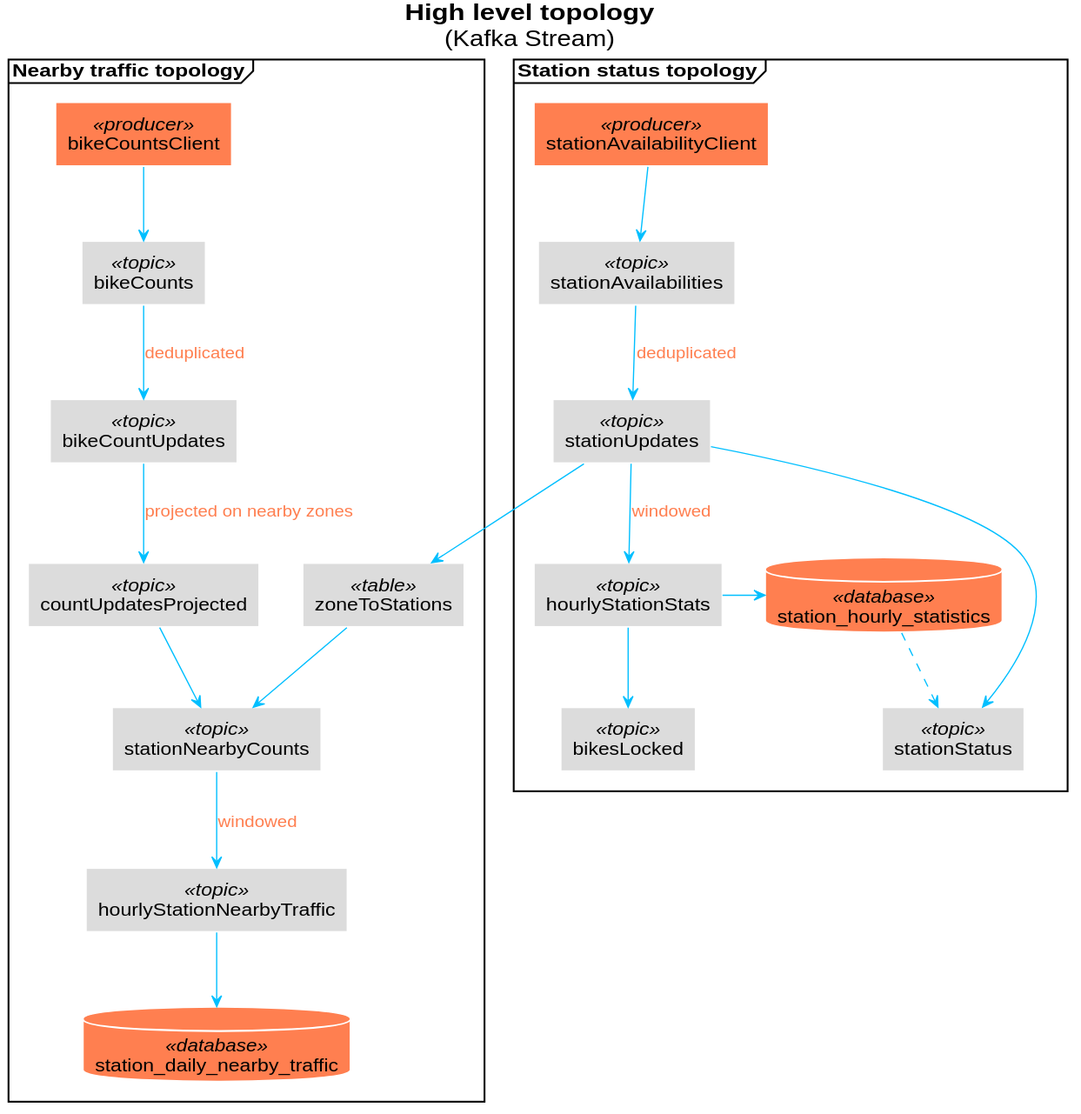
This is docs/plantuml/high_level_topology.svg from ouvreboite/velinfo_kafka_prototype, a PlantUML export, as it was before one commit.
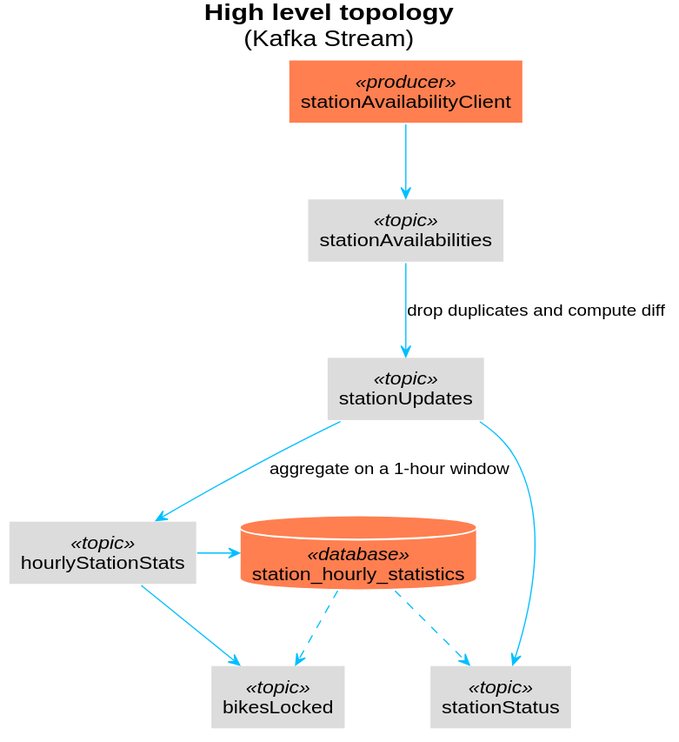
Above is the later version.

Diff of the diagram source:
```diff
@@ -4,45 +4,23 @@
 (Kafka Stream)
 end title
 
+rectangle stationAvailabilityClient <<producer>>
+rectangle stationAvailabilities <<topic>>
+rectangle stationUpdates <<topic>>
+rectangle hourlyStationStats<<topic>>
+rectangle stationStatus <<topic>>
+rectangle bikesLocked <<topic>>
+database station_hourly_statistics <<database>>
 
-frame "Station status topology"{
-   rectangle stationAvailabilityClient <<producer>>
-   rectangle stationAvailabilities <<topic>>
-   rectangle stationUpdates <<topic>>
-   rectangle hourlyStationStats<<topic>>
-   rectangle stationStatus <<topic>>
-   rectangle bikesLocked <<topic>>
-   database station_hourly_statistics <<database>>
-}
 
 stationAvailabilityClient --> stationAvailabilities
-stationAvailabilities --> stationUpdates : deduplicated
-stationUpdates --> hourlyStationStats : windowed
+stationAvailabilities --> stationUpdates : drop duplicates and compute diff
+stationUpdates --> hourlyStationStats : aggregate on a 1-hour window
 hourlyStationStats --> bikesLocked
 hourlyStationStats -> station_hourly_statistics
 stationUpdates --> stationStatus
 station_hourly_statistics ..> stationStatus
-
-frame "Nearby traffic topology"{
-   rectangle bikeCountsClient <<producer>>
-   rectangle bikeCounts <<topic>>
-   rectangle bikeCountUpdates <<topic>>
-   rectangle countUpdatesProjected<<topic>>
-   rectangle zoneToStations<<table>>
-   rectangle stationNearbyCounts <<topic>>
-   rectangle hourlyStationNearbyTraffic <<topic>>
-   database station_daily_nearby_traffic <<database>>
-}
-
-
-bikeCountsClient --> bikeCounts
-bikeCounts --> bikeCountUpdates : deduplicated
-stationUpdates --> zoneToStations
-bikeCountUpdates --> countUpdatesProjected: projected on nearby zones
-zoneToStations--> stationNearbyCounts
-countUpdatesProjected --> stationNearbyCounts
-stationNearbyCounts --> hourlyStationNearbyTraffic : windowed
-hourlyStationNearbyTraffic --> station_daily_nearby_traffic
+station_hourly_statistics ..> bikesLocked
 
 skinparam rectangle{
     backgroundColor<<topic>> Gainsboro
@@ -62,7 +40,6 @@
 
 skinparam{
    ArrowColor DeepSkyBlue
-   ArrowFontColor Coral
    shadowing false
 }
 @enduml
```
